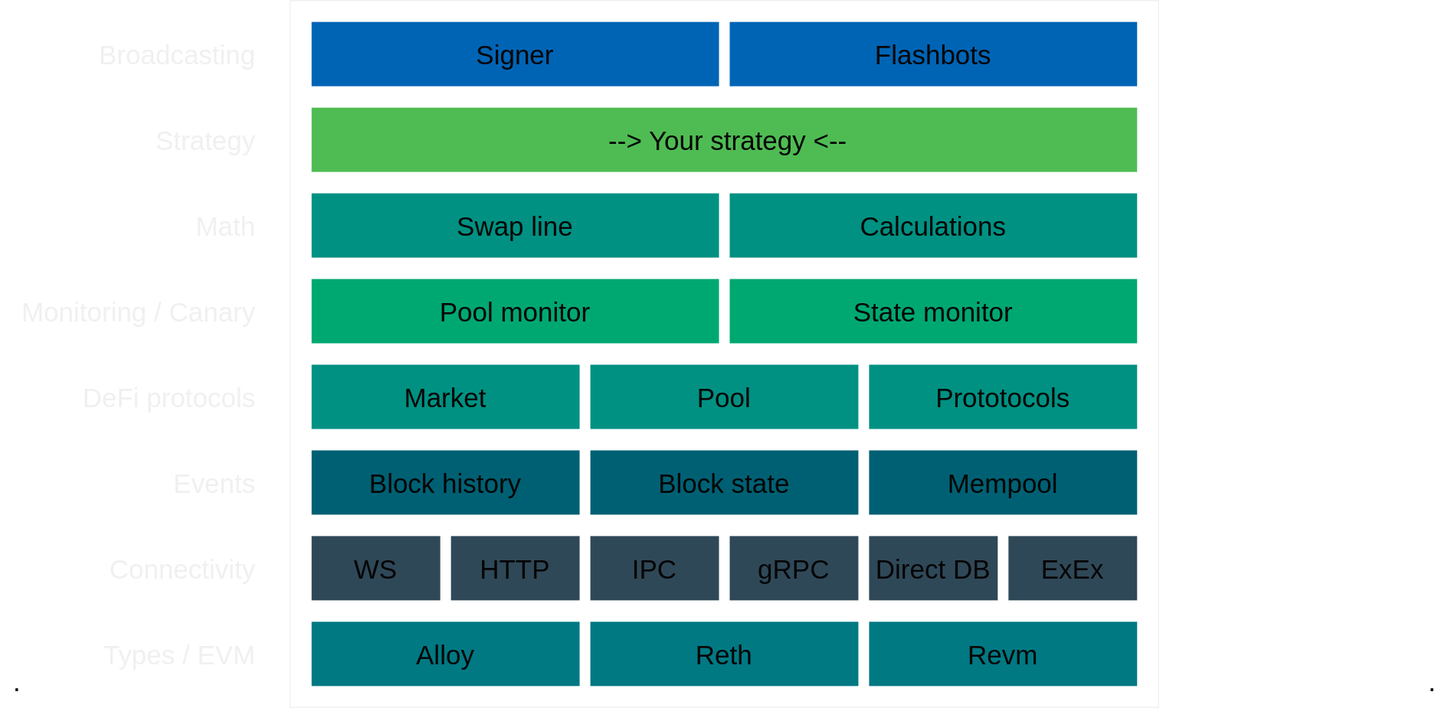
Before: book/images/loom_components.svg, a diagram exported from draw.io (dexloom/loom). Source tidied: cells renumbered, new cells last; positions are measured from the earlier drawing's top-left corner, leaving out a move shared by most shapes. The source it was exported from:
```xml
<mxGraphModel>
  <root>
    <mxCell id="0" />
    <mxCell id="1" parent="0" />
    <mxCell id="2" style="rounded=0;whiteSpace=wrap;html=1;fillColor=none;" parent="1" vertex="1">
      <mxGeometry x="270" width="810" height="660" as="geometry" />
    </mxCell>
    <mxCell id="3" value="Block history" style="rounded=0;whiteSpace=wrap;html=1;fillColor=#006073;fontColor=#050505;strokeColor=none;fontSize=25;" parent="1" vertex="1">
      <mxGeometry x="290" y="420" width="250" height="60" as="geometry" />
    </mxCell>
    <mxCell id="4" value="gRPC" style="rounded=0;whiteSpace=wrap;html=1;fillColor=#2f4858;fontColor=#050505;strokeColor=none;fontSize=25;" parent="1" vertex="1">
      <mxGeometry x="680" y="500" width="120" height="60" as="geometry" />
    </mxCell>
    <mxCell id="5" value="Pool monitor" style="rounded=0;whiteSpace=wrap;html=1;fillColor=#00a871;fontColor=#050505;strokeColor=none;fontSize=25;" parent="1" vertex="1">
      <mxGeometry x="290" y="260" width="380" height="60" as="geometry" />
    </mxCell>
    <mxCell id="6" value="&lt;span style=&quot;color: rgb(5, 5, 5);&quot;&gt;Signer&lt;/span&gt;" style="rounded=0;whiteSpace=wrap;html=1;fillColor=#0064b5;fontColor=#000000;strokeColor=none;fontSize=25;fontFamily=Helvetica;gradientColor=none;" parent="1" vertex="1">
      <mxGeometry x="290" y="20" width="380" height="60" as="geometry" />
    </mxCell>
    <mxCell id="7" value="WS" style="rounded=0;whiteSpace=wrap;html=1;fillColor=#2f4858;fontColor=#050505;strokeColor=none;fontSize=25;" parent="1" vertex="1">
      <mxGeometry x="290" y="500" width="120" height="60" as="geometry" />
    </mxCell>
    <mxCell id="8" value="HTTP" style="rounded=0;whiteSpace=wrap;html=1;fillColor=#2f4858;fontColor=#050505;strokeColor=none;fontSize=25;" parent="1" vertex="1">
      <mxGeometry x="420" y="500" width="120" height="60" as="geometry" />
    </mxCell>
    <mxCell id="9" value="IPC" style="rounded=0;whiteSpace=wrap;html=1;fillColor=#2f4858;fontColor=#050505;strokeColor=none;fontSize=25;" parent="1" vertex="1">
      <mxGeometry x="550" y="500" width="120" height="60" as="geometry" />
    </mxCell>
    <mxCell id="10" value="Direct DB" style="rounded=0;whiteSpace=wrap;html=1;fillColor=#2f4858;fontColor=#050505;strokeColor=none;fontSize=25;" parent="1" vertex="1">
      <mxGeometry x="810" y="500" width="120" height="60" as="geometry" />
    </mxCell>
    <mxCell id="11" value="ExEx" style="rounded=0;whiteSpace=wrap;html=1;fillColor=#2f4858;fontColor=#050505;strokeColor=none;fontSize=25;" parent="1" vertex="1">
      <mxGeometry x="940" y="500" width="120" height="60" as="geometry" />
    </mxCell>
    <mxCell id="12" value="Connectivity" style="text;html=1;align=right;verticalAlign=middle;whiteSpace=wrap;rounded=0;fontSize=25;" parent="1" vertex="1">
      <mxGeometry x="90" y="505" width="150" height="50" as="geometry" />
    </mxCell>
    <mxCell id="13" value="Block state" style="rounded=0;whiteSpace=wrap;html=1;fillColor=#006073;fontColor=#050505;strokeColor=none;fontSize=25;" parent="1" vertex="1">
      <mxGeometry x="550" y="420" width="250" height="60" as="geometry" />
    </mxCell>
    <mxCell id="14" value="Market" style="rounded=0;whiteSpace=wrap;html=1;fillColor=#009182;fontColor=#050505;strokeColor=none;fontSize=25;" parent="1" vertex="1">
      <mxGeometry x="290" y="340" width="250" height="60" as="geometry" />
    </mxCell>
    <mxCell id="15" value="Mempool" style="rounded=0;whiteSpace=wrap;html=1;fillColor=#006073;fontColor=#050505;strokeColor=none;fontSize=25;" parent="1" vertex="1">
      <mxGeometry x="810" y="420" width="250" height="60" as="geometry" />
    </mxCell>
    <mxCell id="16" value="Events" style="text;html=1;align=right;verticalAlign=middle;whiteSpace=wrap;rounded=0;fontSize=25;" parent="1" vertex="1">
      <mxGeometry x="90" y="425" width="150" height="50" as="geometry" />
    </mxCell>
    <mxCell id="17" value="Broadcasting" style="text;html=1;align=right;verticalAlign=middle;whiteSpace=wrap;rounded=0;fontSize=25;" parent="1" vertex="1">
      <mxGeometry x="90" y="25" width="150" height="50" as="geometry" />
    </mxCell>
    <mxCell id="18" value="&lt;span style=&quot;color: rgb(5, 5, 5);&quot;&gt;Flashbots&lt;/span&gt;" style="rounded=0;whiteSpace=wrap;html=1;fillColor=#0064b5;fontColor=#000000;strokeColor=none;fontSize=25;fontFamily=Helvetica;gradientColor=none;" parent="1" vertex="1">
      <mxGeometry x="680" y="20" width="380" height="60" as="geometry" />
    </mxCell>
    <mxCell id="19" value="Alloy" style="rounded=0;whiteSpace=wrap;html=1;fillColor=#007983;fontColor=#050505;strokeColor=none;fontSize=25;" parent="1" vertex="1">
      <mxGeometry x="290" y="580" width="250" height="60" as="geometry" />
    </mxCell>
    <mxCell id="20" value="Reth" style="rounded=0;whiteSpace=wrap;html=1;fillColor=#007983;fontColor=#050505;strokeColor=none;fontSize=25;" parent="1" vertex="1">
      <mxGeometry x="550" y="580" width="250" height="60" as="geometry" />
    </mxCell>
    <mxCell id="21" value="Revm" style="rounded=0;whiteSpace=wrap;html=1;fillColor=#007983;fontColor=#050505;strokeColor=none;fontSize=25;" parent="1" vertex="1">
      <mxGeometry x="810" y="580" width="250" height="60" as="geometry" />
    </mxCell>
    <mxCell id="22" value="Types / EVM" style="text;html=1;align=right;verticalAlign=middle;whiteSpace=wrap;rounded=0;fontSize=25;" parent="1" vertex="1">
      <mxGeometry x="90" y="585" width="150" height="50" as="geometry" />
    </mxCell>
    <mxCell id="23" value="Pool" style="rounded=0;whiteSpace=wrap;html=1;fillColor=#009182;fontColor=#050505;strokeColor=none;fontSize=25;" parent="1" vertex="1">
      <mxGeometry x="550" y="340" width="250" height="60" as="geometry" />
    </mxCell>
    <mxCell id="24" value="Prototocols" style="rounded=0;whiteSpace=wrap;html=1;fillColor=#009182;fontColor=#050505;strokeColor=none;fontSize=25;" parent="1" vertex="1">
      <mxGeometry x="810" y="340" width="250" height="60" as="geometry" />
    </mxCell>
    <mxCell id="25" value="DeFi protocols" style="text;html=1;align=right;verticalAlign=middle;whiteSpace=wrap;rounded=0;fontSize=25;" parent="1" vertex="1">
      <mxGeometry x="50" y="345" width="190" height="50" as="geometry" />
    </mxCell>
    <mxCell id="26" value="State monitor" style="rounded=0;whiteSpace=wrap;html=1;fillColor=#00a871;fontColor=#050505;strokeColor=none;fontSize=25;" parent="1" vertex="1">
      <mxGeometry x="680" y="260" width="380" height="60" as="geometry" />
    </mxCell>
    <mxCell id="27" value="Monitoring / Canary" style="text;html=1;align=right;verticalAlign=middle;whiteSpace=wrap;rounded=0;fontSize=25;" parent="1" vertex="1">
      <mxGeometry y="265" width="240" height="50" as="geometry" />
    </mxCell>
    <mxCell id="28" value="&lt;span style=&quot;color: rgb(5, 5, 5);&quot;&gt;&amp;nbsp;--&amp;gt; Your strategy &amp;lt;--&lt;/span&gt;" style="rounded=0;whiteSpace=wrap;html=1;fillColor=#4fbc53;fontColor=#000000;strokeColor=none;fontSize=25;fontFamily=Helvetica;gradientColor=none;" parent="1" vertex="1">
      <mxGeometry x="290" y="100" width="770" height="60" as="geometry" />
    </mxCell>
    <mxCell id="29" value="Strategy" style="text;html=1;align=right;verticalAlign=middle;whiteSpace=wrap;rounded=0;fontSize=25;" parent="1" vertex="1">
      <mxGeometry y="105" width="240" height="50" as="geometry" />
    </mxCell>
    <mxCell id="30" value="Swap line" style="rounded=0;whiteSpace=wrap;html=1;fillColor=#009182;fontColor=#050505;strokeColor=none;fontSize=25;" parent="1" vertex="1">
      <mxGeometry x="290" y="180" width="380" height="60" as="geometry" />
    </mxCell>
    <mxCell id="31" value="Calculations" style="rounded=0;whiteSpace=wrap;html=1;fillColor=#009182;fontColor=#050505;strokeColor=none;fontSize=25;" parent="1" vertex="1">
      <mxGeometry x="680" y="180" width="380" height="60" as="geometry" />
    </mxCell>
    <mxCell id="32" value="Math" style="text;html=1;align=right;verticalAlign=middle;whiteSpace=wrap;rounded=0;fontSize=25;" parent="1" vertex="1">
      <mxGeometry x="50" y="185" width="190" height="50" as="geometry" />
    </mxCell>
    <mxCell id="33" value="&lt;font color=&quot;#000000&quot;&gt;.&lt;/font&gt;" style="text;html=1;align=right;verticalAlign=middle;whiteSpace=wrap;rounded=0;fontSize=25;" parent="1" vertex="1">
      <mxGeometry x="1101" y="610" width="240" height="50" as="geometry" />
    </mxCell>
    <mxCell id="34" value="&lt;font color=&quot;#000000&quot;&gt;.&lt;/font&gt;" style="text;html=1;align=left;verticalAlign=middle;whiteSpace=wrap;rounded=0;fontSize=25;" parent="1" vertex="1">
      <mxGeometry x="10" y="610" width="240" height="50" as="geometry" />
    </mxCell>
  </root>
</mxGraphModel>
```
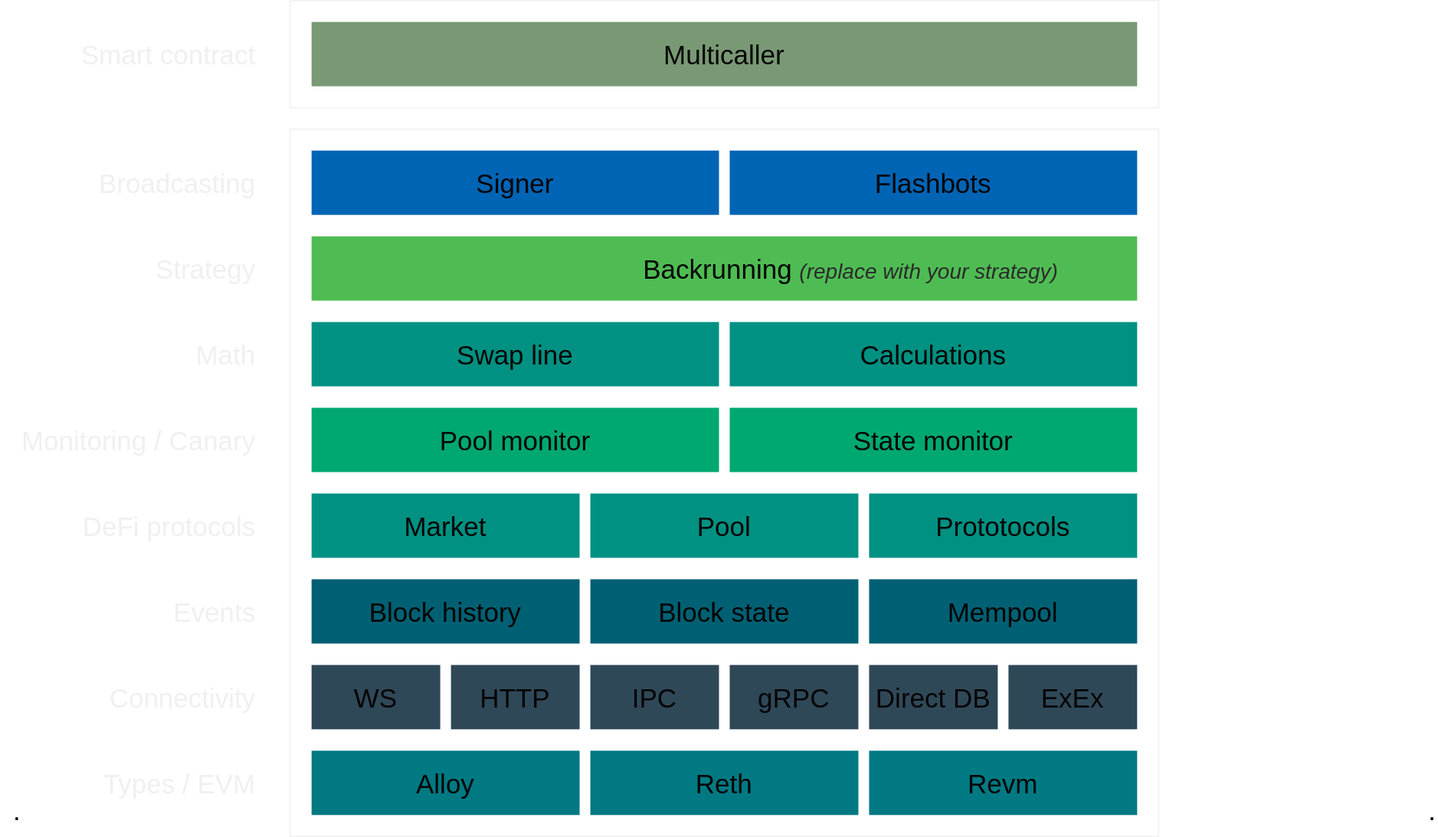
The same file after the commit.

Diff of the diagram source:
```diff
@@ -80,7 +80,7 @@
     <mxCell id="27" value="Monitoring / Canary" style="text;html=1;align=right;verticalAlign=middle;whiteSpace=wrap;rounded=0;fontSize=25;" parent="1" vertex="1">
       <mxGeometry y="265" width="240" height="50" as="geometry" />
     </mxCell>
-    <mxCell id="28" value="&lt;span style=&quot;color: rgb(5, 5, 5);&quot;&gt;&amp;nbsp;--&amp;gt; Your strategy &amp;lt;--&lt;/span&gt;" style="rounded=0;whiteSpace=wrap;html=1;fillColor=#4fbc53;fontColor=#000000;strokeColor=none;fontSize=25;fontFamily=Helvetica;gradientColor=none;" parent="1" vertex="1">
+    <mxCell id="28" value="&lt;font color=&quot;#050505&quot;&gt;&amp;nbsp; &amp;nbsp; &amp;nbsp; &amp;nbsp; &amp;nbsp; &amp;nbsp; &amp;nbsp; &amp;nbsp; &amp;nbsp; &amp;nbsp; &amp;nbsp; &amp;nbsp; &amp;nbsp; &amp;nbsp; &amp;nbsp; &amp;nbsp; &amp;nbsp; Backrunning&amp;nbsp;&lt;/font&gt;&lt;i style=&quot;&quot;&gt;&lt;font color=&quot;#2b2b2b&quot; style=&quot;font-size: 20px;&quot;&gt;(replace with your strategy)&lt;/font&gt;&lt;/i&gt;" style="rounded=0;whiteSpace=wrap;html=1;fillColor=#4fbc53;fontColor=#000000;strokeColor=none;fontSize=25;fontFamily=Helvetica;gradientColor=none;" parent="1" vertex="1">
       <mxGeometry x="290" y="100" width="770" height="60" as="geometry" />
     </mxCell>
     <mxCell id="29" value="Strategy" style="text;html=1;align=right;verticalAlign=middle;whiteSpace=wrap;rounded=0;fontSize=25;" parent="1" vertex="1">
@@ -101,5 +101,14 @@
     <mxCell id="34" value="&lt;font color=&quot;#000000&quot;&gt;.&lt;/font&gt;" style="text;html=1;align=left;verticalAlign=middle;whiteSpace=wrap;rounded=0;fontSize=25;" parent="1" vertex="1">
       <mxGeometry x="10" y="610" width="240" height="50" as="geometry" />
     </mxCell>
+    <mxCell id="35" style="rounded=0;whiteSpace=wrap;html=1;fillColor=none;" parent="1" vertex="1">
+      <mxGeometry x="270" y="-120" width="810" height="100" as="geometry" />
+    </mxCell>
+    <mxCell id="36" value="&lt;span style=&quot;color: rgb(5, 5, 5);&quot;&gt;Multicaller&lt;/span&gt;" style="rounded=0;whiteSpace=wrap;html=1;fillColor=#789974;fontColor=#000000;strokeColor=none;fontSize=25;fontFamily=Helvetica;gradientColor=none;" parent="1" vertex="1">
+      <mxGeometry x="290" y="-100" width="770" height="60" as="geometry" />
+    </mxCell>
+    <mxCell id="37" value="Smart contract" style="text;html=1;align=right;verticalAlign=middle;whiteSpace=wrap;rounded=0;fontSize=25;" parent="1" vertex="1">
+      <mxGeometry x="50" y="-95" width="190" height="50" as="geometry" />
+    </mxCell>
   </root>
 </mxGraphModel>
```
